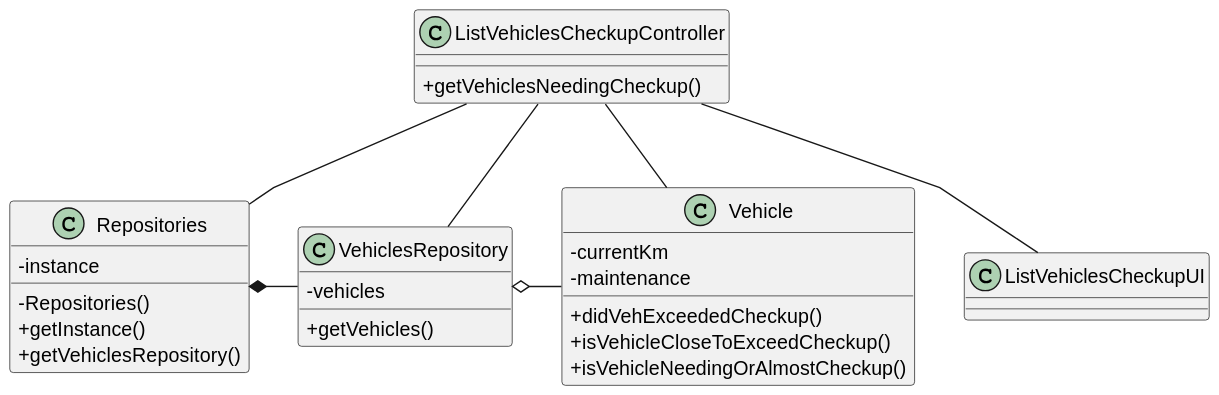
The PlantUML diagram docs/sprint2/us008/03.design/svg/us008-class-diagram.svg in 1231360-ISEP/lei-24-s2-1db-g021, before a commit. The source it was exported from:
```plantuml
@startuml
skinparam packageStyle rectangle
skinparam shadowing false
skinparam linetype polyline

skinparam classAttributeIconSize 0


class VehiclesRepository {
    - vehicles
    + getVehicles()
}
class Vehicle {
    - currentKm
    - maintenance
    + didVehExceededCheckup()
    + isVehicleCloseToExceedCheckup()
    + isVehicleNeedingOrAlmostCheckup()
}

class Repositories {
    - instance
    - Repositories()
    + getInstance()
    + getVehiclesRepository()
}

class ListVehiclesCheckupController {
    + getVehiclesNeedingCheckup()
}

class ListVehiclesCheckupUI {
}

Repositories *- VehiclesRepository

VehiclesRepository o- Vehicle

ListVehiclesCheckupController -- ListVehiclesCheckupUI
ListVehiclesCheckupController -- Repositories
ListVehiclesCheckupController -- VehiclesRepository
ListVehiclesCheckupController -- Vehicle
@enduml
```
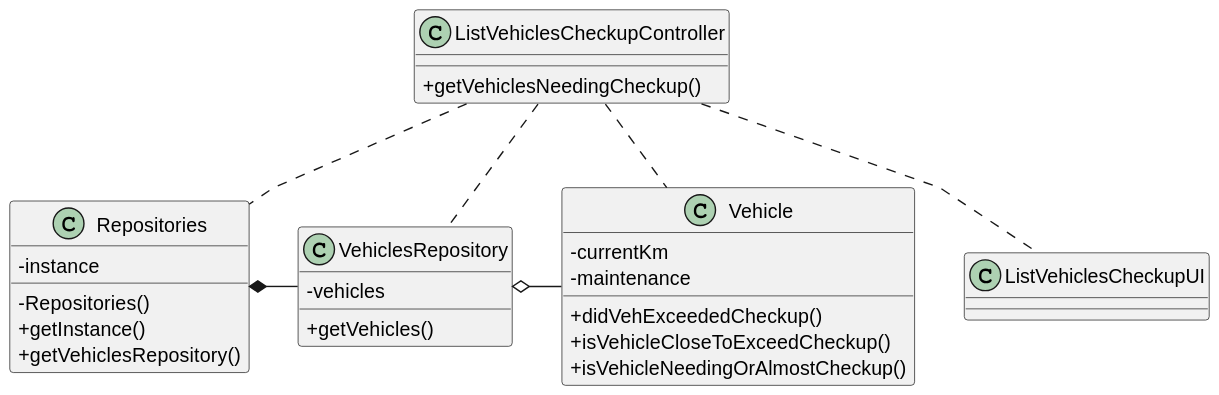
The same file after the commit.

Commit message:
US004 & Us008 - updating Class Diagrams and their svg.

The edit, as a diff of the source:
```diff
@@ -36,8 +36,8 @@
 
 VehiclesRepository o- Vehicle
 
-ListVehiclesCheckupController -- ListVehiclesCheckupUI
-ListVehiclesCheckupController -- Repositories
-ListVehiclesCheckupController -- VehiclesRepository
-ListVehiclesCheckupController -- Vehicle
+ListVehiclesCheckupController .. ListVehiclesCheckupUI
+ListVehiclesCheckupController .. Repositories
+ListVehiclesCheckupController .. VehiclesRepository
+ListVehiclesCheckupController .. Vehicle
 @enduml
```
